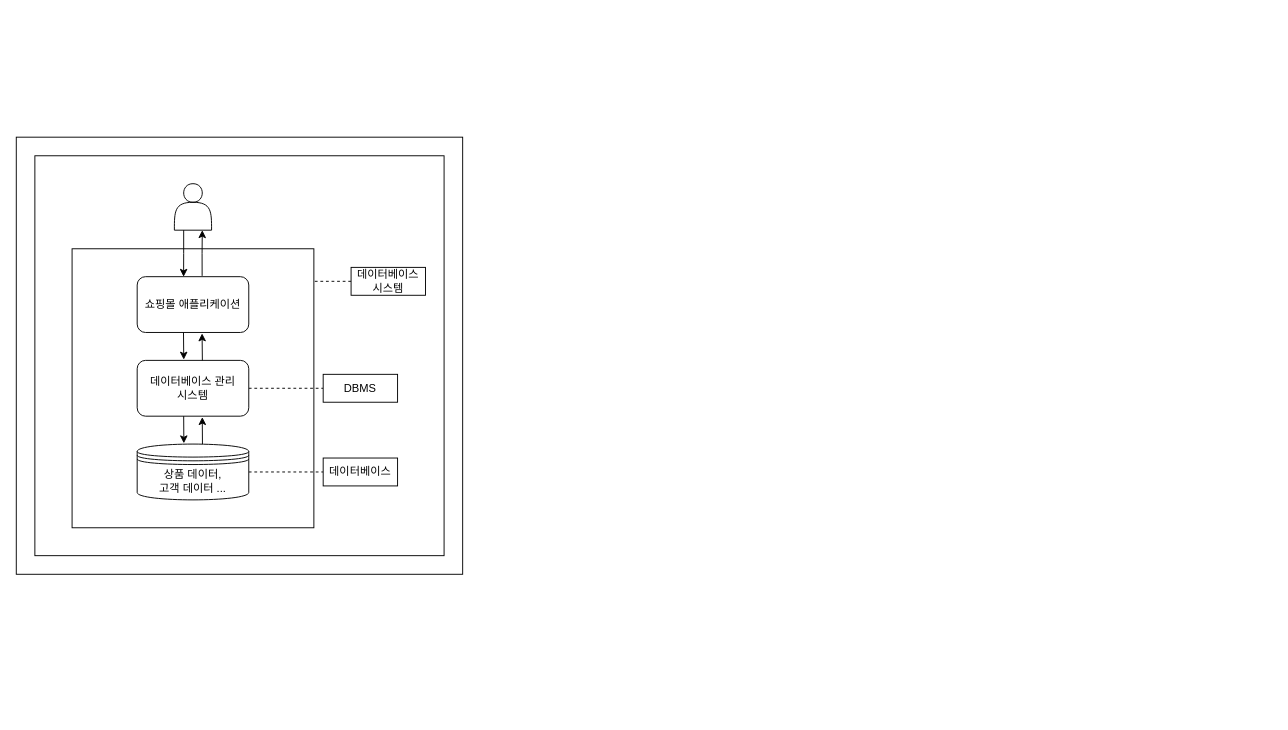
Earlier version of the draw.io diagram assets/drawio/데이터베이스데이터베이스관리시스템데이터베이스시스템.drawio (whdrns2013/whdrns2013.github.io). Source tidied: cells renumbered, new cells numbered last; positions are measured from the earlier drawing's top-left corner, leaving out a move shared by most shapes. Both pictures are drawn from the tidied source at 93%, with x=0, y=0 at pixel (16, 137).
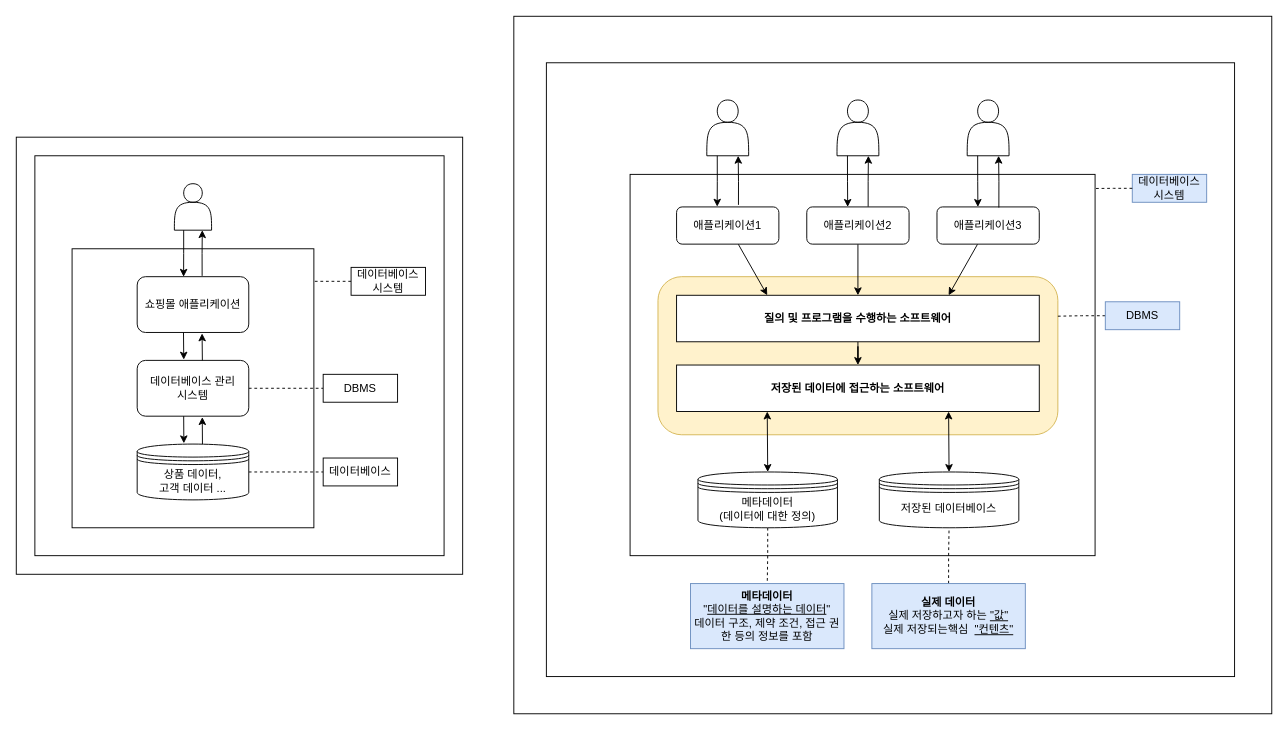
Above is the later version.

Diff of the diagram source:
```diff
@@
+    <mxCell id="21" style="rounded=0;whiteSpace=wrap;html=1;" parent="1" vertex="1">
+      <mxGeometry x="535" y="-130" width="815" height="750" as="geometry" />
+    </mxCell>
+    <mxCell id="22" style="rounded=0;whiteSpace=wrap;html=1;" parent="1" vertex="1">
+      <mxGeometry x="570" y="-80" width="740" height="660" as="geometry" />
+    </mxCell>
+    <mxCell id="23" style="rounded=0;whiteSpace=wrap;html=1;" parent="1" vertex="1">
+      <mxGeometry x="660" y="40" width="500" height="410" as="geometry" />
+    </mxCell>
@@
+    <mxCell id="24" style="edgeStyle=orthogonalEdgeStyle;rounded=0;jettySize=auto;html=1;exitX=0.5;exitY=1;exitDx=0;exitDy=0;entryX=0.5;entryY=0;entryDx=0;entryDy=0;dashed=1;endArrow=none;endFill=0;" parent="1" edge="1" source="25" target="52">
+      <mxGeometry relative="1" as="geometry" />
+    </mxCell>
+    <mxCell id="25" value="메타데이터&lt;div&gt;(데이터에 대한 정의)&lt;/div&gt;" style="shape=datastore;whiteSpace=wrap;html=1;" parent="1" vertex="1">
+      <mxGeometry x="733" y="360" width="150" height="60" as="geometry" />
+    </mxCell>
+    <mxCell id="26" style="rounded=1;whiteSpace=wrap;html=1;align=left;verticalAlign=top;fillColor=#fff2cc;strokeColor=#d6b656;" parent="1" vertex="1">
+      <mxGeometry x="690" y="150" width="430" height="170" as="geometry" />
+    </mxCell>
+    <mxCell id="27" value="저장된 데이터베이스" style="shape=datastore;whiteSpace=wrap;html=1;" parent="1" vertex="1">
+      <mxGeometry x="928" y="360" width="150" height="60" as="geometry" />
+    </mxCell>
+    <mxCell id="28" style="edgeStyle=orthogonalEdgeStyle;rounded=0;jettySize=auto;html=1;entryX=0.5;entryY=0;entryDx=0;entryDy=0;" parent="1" edge="1" source="29" target="31">
+      <mxGeometry relative="1" as="geometry" />
+    </mxCell>
+    <mxCell id="29" value="질의 및 프로그램을 수행하는 소프트웨어" style="rounded=0;whiteSpace=wrap;html=1;fontStyle=1;" parent="1" vertex="1">
+      <mxGeometry x="710" y="170" width="390" height="50" as="geometry" />
+    </mxCell>
+    <mxCell id="30" style="rounded=0;jettySize=auto;html=1;exitX=0.75;exitY=1;exitDx=0;exitDy=0;entryX=0.5;entryY=0;entryDx=0;entryDy=0;startArrow=classic;startFill=1;" parent="1" edge="1" source="31" target="27">
+      <mxGeometry relative="1" as="geometry" />
+    </mxCell>
+    <mxCell id="31" value="저장된 데이터에 접근하는 소프트웨어" style="rounded=0;whiteSpace=wrap;html=1;fontStyle=1;" parent="1" vertex="1">
+      <mxGeometry x="710" y="245" width="390" height="50" as="geometry" />
+    </mxCell>
+    <mxCell id="32" style="rounded=0;jettySize=auto;html=1;entryX=0.25;entryY=0;entryDx=0;entryDy=0;" parent="1" edge="1" source="33" target="29">
+      <mxGeometry relative="1" as="geometry" />
+    </mxCell>
+    <mxCell id="33" value="애플리케이션1" style="rounded=1;whiteSpace=wrap;html=1;" parent="1" vertex="1">
+      <mxGeometry x="710" y="75" width="110" height="40" as="geometry" />
+    </mxCell>
+    <mxCell id="34" style="edgeStyle=orthogonalEdgeStyle;rounded=0;jettySize=auto;html=1;entryX=0.5;entryY=0;entryDx=0;entryDy=0;" parent="1" edge="1" source="35" target="29">
+      <mxGeometry relative="1" as="geometry" />
+    </mxCell>
+    <mxCell id="35" value="애플리케이션2" style="rounded=1;whiteSpace=wrap;html=1;" parent="1" vertex="1">
+      <mxGeometry x="850" y="75" width="110" height="40" as="geometry" />
+    </mxCell>
+    <mxCell id="36" style="rounded=0;jettySize=auto;html=1;entryX=0.75;entryY=0;entryDx=0;entryDy=0;" parent="1" edge="1" source="37" target="29">
+      <mxGeometry relative="1" as="geometry" />
+    </mxCell>
+    <mxCell id="37" value="애플리케이션3" style="rounded=1;whiteSpace=wrap;html=1;" parent="1" vertex="1">
+      <mxGeometry x="990" y="75" width="110" height="40" as="geometry" />
+    </mxCell>
+    <mxCell id="38" style="rounded=0;jettySize=auto;html=1;entryX=0.5;entryY=0;entryDx=0;entryDy=0;startArrow=classic;startFill=1;exitX=0.25;exitY=1;exitDx=0;exitDy=0;" parent="1" edge="1" source="31" target="25">
+      <mxGeometry relative="1" as="geometry" />
+    </mxCell>
+    <mxCell id="39" style="edgeStyle=orthogonalEdgeStyle;rounded=0;jettySize=auto;html=1;exitX=0;exitY=0.5;exitDx=0;exitDy=0;entryX=1;entryY=0.25;entryDx=0;entryDy=0;dashed=1;endArrow=none;endFill=0;" parent="1" edge="1" source="40" target="26">
+      <mxGeometry relative="1" as="geometry" />
+    </mxCell>
+    <mxCell id="40" value="DBMS" style="rounded=0;whiteSpace=wrap;html=1;fillColor=#dae8fc;strokeColor=#6c8ebf;" parent="1" vertex="1">
+      <mxGeometry x="1171" y="177" width="80" height="30" as="geometry" />
+    </mxCell>
+    <mxCell id="41" style="shape=actor;whiteSpace=wrap;html=1;" parent="1" vertex="1">
+      <mxGeometry x="742.5" y="-40" width="45" height="60" as="geometry" />
+    </mxCell>
+    <mxCell id="42" value="데이터베이스&lt;div&gt;시스템&lt;/div&gt;" style="rounded=0;whiteSpace=wrap;html=1;fillColor=#dae8fc;strokeColor=#6c8ebf;" parent="1" vertex="1">
+      <mxGeometry x="1200" y="40" width="80" height="30" as="geometry" />
+    </mxCell>
+    <mxCell id="43" style="edgeStyle=orthogonalEdgeStyle;rounded=0;jettySize=auto;html=1;exitX=0;exitY=0.5;exitDx=0;exitDy=0;entryX=1;entryY=0.037;entryDx=0;entryDy=0;entryPerimeter=0;endArrow=none;endFill=0;dashed=1;" parent="1" edge="1" source="42" target="23">
+      <mxGeometry relative="1" as="geometry" />
+    </mxCell>
+    <mxCell id="44" style="edgeStyle=orthogonalEdgeStyle;rounded=0;jettySize=auto;html=1;exitX=0.25;exitY=1;exitDx=0;exitDy=0;entryX=0.397;entryY=-0.007;entryDx=0;entryDy=0;entryPerimeter=0;" parent="1" edge="1" source="41" target="33">
+      <mxGeometry relative="1" as="geometry" />
+    </mxCell>
+    <mxCell id="45" style="edgeStyle=orthogonalEdgeStyle;rounded=0;jettySize=auto;html=1;exitX=0.605;exitY=-0.055;exitDx=0;exitDy=0;entryX=0.75;entryY=1;entryDx=0;entryDy=0;exitPerimeter=0;" parent="1" edge="1" source="33" target="41">
+      <mxGeometry relative="1" as="geometry" />
+    </mxCell>
+    <mxCell id="46" style="shape=actor;whiteSpace=wrap;html=1;" parent="1" vertex="1">
+      <mxGeometry x="882.5" y="-40" width="45" height="60" as="geometry" />
+    </mxCell>
+    <mxCell id="47" style="edgeStyle=orthogonalEdgeStyle;rounded=0;jettySize=auto;html=1;exitX=0.25;exitY=1;exitDx=0;exitDy=0;entryX=0.397;entryY=-0.007;entryDx=0;entryDy=0;entryPerimeter=0;" parent="1" edge="1" source="46">
+      <mxGeometry relative="1" as="geometry">
+        <mxPoint x="894" y="75" as="targetPoint" />
+      </mxGeometry>
+    </mxCell>
+    <mxCell id="48" style="edgeStyle=orthogonalEdgeStyle;rounded=0;jettySize=auto;html=1;exitX=0.6;exitY=-0.007;exitDx=0;exitDy=0;entryX=0.75;entryY=1;entryDx=0;entryDy=0;exitPerimeter=0;" parent="1" edge="1" source="35" target="46">
+      <mxGeometry relative="1" as="geometry" />
+    </mxCell>
+    <mxCell id="49" style="shape=actor;whiteSpace=wrap;html=1;" parent="1" vertex="1">
+      <mxGeometry x="1022.5" y="-40" width="45" height="60" as="geometry" />
+    </mxCell>
+    <mxCell id="50" style="edgeStyle=orthogonalEdgeStyle;rounded=0;jettySize=auto;html=1;exitX=0.25;exitY=1;exitDx=0;exitDy=0;entryX=0.397;entryY=-0.007;entryDx=0;entryDy=0;entryPerimeter=0;" parent="1" edge="1" source="49">
+      <mxGeometry relative="1" as="geometry">
+        <mxPoint x="1034" y="75" as="targetPoint" />
+      </mxGeometry>
+    </mxCell>
+    <mxCell id="51" style="edgeStyle=orthogonalEdgeStyle;rounded=0;jettySize=auto;html=1;exitX=0.605;exitY=0.017;exitDx=0;exitDy=0;entryX=0.75;entryY=1;entryDx=0;entryDy=0;exitPerimeter=0;" parent="1" edge="1" source="37" target="49">
+      <mxGeometry relative="1" as="geometry" />
+    </mxCell>
+    <mxCell id="52" value="&lt;b&gt;메타데이터&lt;/b&gt;&lt;div&gt;&quot;&lt;u&gt;데이터를 설명하는 데이터&lt;/u&gt;&quot;&lt;br&gt;데이터 구조, 제약 조건, 접근 권한 등의 정보를 포함&lt;/div&gt;" style="rounded=0;whiteSpace=wrap;html=1;fillColor=#dae8fc;strokeColor=#6c8ebf;" parent="1" vertex="1">
+      <mxGeometry x="725" y="480" width="165" height="70" as="geometry" />
+    </mxCell>
+    <mxCell id="53" style="edgeStyle=orthogonalEdgeStyle;rounded=0;jettySize=auto;html=1;entryX=0.5;entryY=1;entryDx=0;entryDy=0;endArrow=none;endFill=0;dashed=1;" parent="1" edge="1" source="54" target="27">
+      <mxGeometry relative="1" as="geometry" />
+    </mxCell>
+    <mxCell id="54" value="&lt;b&gt;실제 데이터&lt;/b&gt;&lt;div&gt;실제 저장하고자 하는 &lt;u&gt;&quot;값&quot;&lt;/u&gt;&lt;/div&gt;&lt;div&gt;실제 저장되는핵심&amp;nbsp;&amp;nbsp;&lt;u&gt;&quot;컨텐츠&quot;&lt;/u&gt;&lt;/div&gt;" style="rounded=0;whiteSpace=wrap;html=1;fillColor=#dae8fc;strokeColor=#6c8ebf;" parent="1" vertex="1">
+      <mxGeometry x="920" y="480" width="165" height="70" as="geometry" />
+    </mxCell>
```
